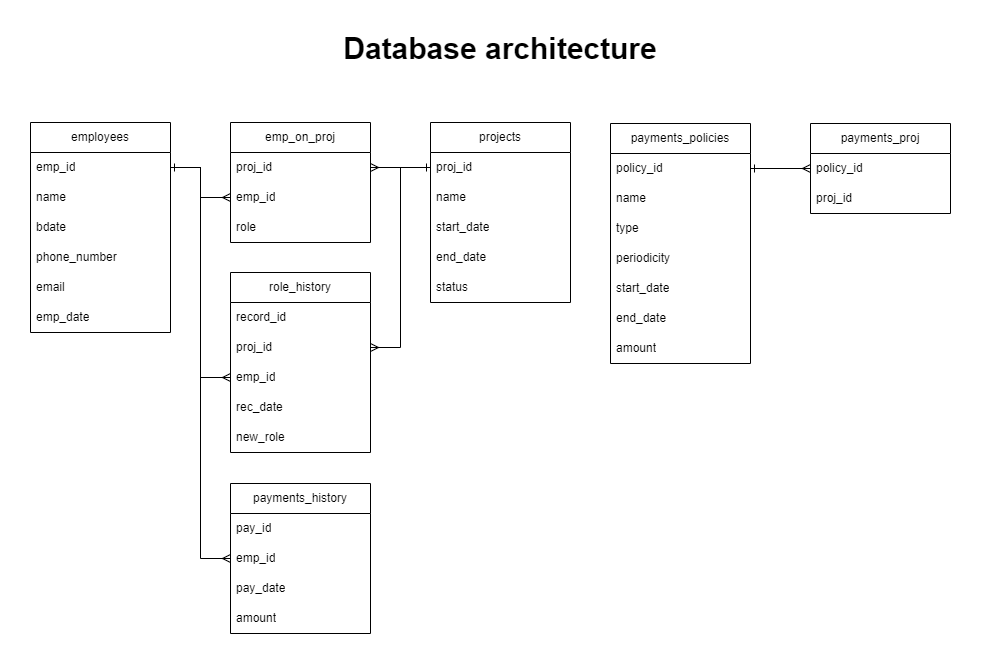
Earlier version of the draw.io export attach/db_arc.png (Stevehh251/webjava). Source tidied: cells renumbered, new cells last; positions are measured from the earlier drawing's top-left corner, leaving out a move shared by most shapes.
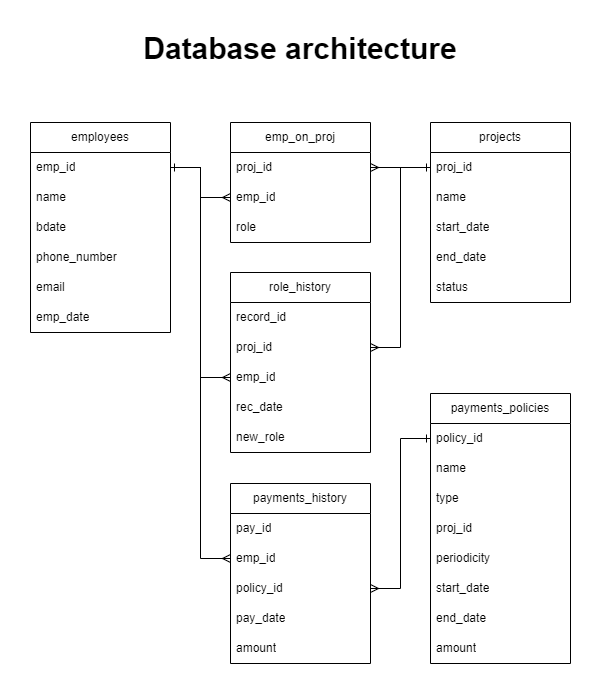
The same file after the commit.

Change to the diagram source:
```diff
@@ -3,7 +3,7 @@
     <mxCell id="0" />
     <mxCell id="1" parent="0" />
     <mxCell id="2" value="&lt;b style=&quot;font-size: 30px;&quot;&gt;&lt;font style=&quot;font-size: 30px;&quot;&gt;Database architecture&lt;/font&gt;&lt;/b&gt;" style="text;html=1;strokeColor=none;fillColor=none;align=center;verticalAlign=middle;whiteSpace=wrap;rounded=0;fontSize=30;" parent="1" vertex="1">
-      <mxGeometry x="285" width="370" height="30" as="geometry" />
+      <mxGeometry x="85" width="370" height="30" as="geometry" />
     </mxCell>
     <mxCell id="3" value="employees" style="swimlane;fontStyle=0;horizontal=1;startSize=30;whiteSpace=wrap;html=1;" parent="1" vertex="1">
       <mxGeometry y="89" width="140" height="210" as="geometry" />
@@ -45,7 +45,7 @@
       <mxGeometry y="150" width="140" height="30" as="geometry" />
     </mxCell>
     <mxCell id="16" value="payments_policies" style="swimlane;fontStyle=0;horizontal=1;startSize=30;whiteSpace=wrap;html=1;" parent="1" vertex="1">
-      <mxGeometry x="580" y="90" width="140" height="240" as="geometry" />
+      <mxGeometry x="400" y="360" width="140" height="270" as="geometry" />
     </mxCell>
     <mxCell id="17" value="policy_id" style="text;strokeColor=none;fillColor=none;align=left;verticalAlign=middle;spacingLeft=4;spacingRight=4;overflow=hidden;points=[[0,0.5],[1,0.5]];portConstraint=eastwest;whiteSpace=wrap;html=1;" parent="16" vertex="1">
       <mxGeometry y="30" width="140" height="30" as="geometry" />
@@ -56,20 +56,23 @@
     <mxCell id="19" value="type" style="text;strokeColor=none;fillColor=none;align=left;verticalAlign=middle;spacingLeft=4;spacingRight=4;overflow=hidden;whiteSpace=wrap;html=1;" parent="16" vertex="1">
       <mxGeometry y="90" width="140" height="30" as="geometry" />
     </mxCell>
+    <mxCell id="46" value="proj_id" style="text;strokeColor=none;fillColor=none;align=left;verticalAlign=middle;spacingLeft=4;spacingRight=4;overflow=hidden;whiteSpace=wrap;html=1;" parent="16" vertex="1">
+      <mxGeometry y="120" width="140" height="30" as="geometry" />
+    </mxCell>
     <mxCell id="20" value="periodicity" style="text;strokeColor=none;fillColor=none;align=left;verticalAlign=middle;spacingLeft=4;spacingRight=4;overflow=hidden;whiteSpace=wrap;html=1;" parent="16" vertex="1">
-      <mxGeometry y="120" width="140" height="30" as="geometry" />
+      <mxGeometry y="150" width="140" height="30" as="geometry" />
     </mxCell>
     <mxCell id="21" value="start_date" style="text;strokeColor=none;fillColor=none;align=left;verticalAlign=middle;spacingLeft=4;spacingRight=4;overflow=hidden;whiteSpace=wrap;html=1;" parent="16" vertex="1">
-      <mxGeometry y="150" width="140" height="30" as="geometry" />
+      <mxGeometry y="180" width="140" height="30" as="geometry" />
     </mxCell>
     <mxCell id="22" value="end_date" style="text;strokeColor=none;fillColor=none;align=left;verticalAlign=middle;spacingLeft=4;spacingRight=4;overflow=hidden;whiteSpace=wrap;html=1;" parent="16" vertex="1">
-      <mxGeometry y="180" width="140" height="30" as="geometry" />
+      <mxGeometry y="210" width="140" height="30" as="geometry" />
     </mxCell>
     <mxCell id="23" value="amount" style="text;strokeColor=none;fillColor=none;align=left;verticalAlign=middle;spacingLeft=4;spacingRight=4;overflow=hidden;whiteSpace=wrap;html=1;" parent="16" vertex="1">
-      <mxGeometry y="210" width="140" height="30" as="geometry" />
+      <mxGeometry y="240" width="140" height="30" as="geometry" />
     </mxCell>
     <mxCell id="24" value="payments_history" style="swimlane;fontStyle=0;horizontal=1;startSize=30;whiteSpace=wrap;html=1;" parent="1" vertex="1">
-      <mxGeometry x="200" y="450" width="140" height="150" as="geometry" />
+      <mxGeometry x="200" y="450" width="140" height="180" as="geometry" />
     </mxCell>
     <mxCell id="25" value="pay_id" style="text;strokeColor=none;fillColor=none;align=left;verticalAlign=middle;spacingLeft=4;spacingRight=4;overflow=hidden;whiteSpace=wrap;html=1;" parent="24" vertex="1">
       <mxGeometry y="30" width="140" height="30" as="geometry" />
@@ -77,11 +80,14 @@
     <mxCell id="26" value="emp_id" style="text;strokeColor=none;fillColor=none;align=left;verticalAlign=middle;spacingLeft=4;spacingRight=4;overflow=hidden;points=[[0,0.5],[1,0.5]];portConstraint=eastwest;whiteSpace=wrap;html=1;" parent="24" vertex="1">
       <mxGeometry y="60" width="140" height="30" as="geometry" />
     </mxCell>
+    <mxCell id="45" value="policy_id" style="text;strokeColor=none;fillColor=none;align=left;verticalAlign=middle;spacingLeft=4;spacingRight=4;overflow=hidden;points=[[0,0.5],[1,0.5]];portConstraint=eastwest;whiteSpace=wrap;html=1;" parent="24" vertex="1">
+      <mxGeometry y="90" width="140" height="30" as="geometry" />
+    </mxCell>
     <mxCell id="27" value="pay_date" style="text;strokeColor=none;fillColor=none;align=left;verticalAlign=middle;spacingLeft=4;spacingRight=4;overflow=hidden;whiteSpace=wrap;html=1;" parent="24" vertex="1">
-      <mxGeometry y="90" width="140" height="30" as="geometry" />
+      <mxGeometry y="120" width="140" height="30" as="geometry" />
     </mxCell>
     <mxCell id="28" value="amount" style="text;strokeColor=none;fillColor=none;align=left;verticalAlign=middle;spacingLeft=4;spacingRight=4;overflow=hidden;whiteSpace=wrap;html=1;" parent="24" vertex="1">
-      <mxGeometry y="120" width="140" height="30" as="geometry" />
+      <mxGeometry y="150" width="140" height="30" as="geometry" />
     </mxCell>
     <mxCell id="29" value="emp_on_proj" style="swimlane;fontStyle=0;horizontal=1;startSize=30;whiteSpace=wrap;html=1;" parent="1" vertex="1">
       <mxGeometry x="200" y="89" width="140" height="120" as="geometry" />
@@ -128,16 +134,7 @@
     <mxCell id="43" style="edgeStyle=orthogonalEdgeStyle;rounded=0;jettySize=auto;html=1;entryX=0;entryY=0.5;entryDx=0;entryDy=0;endArrow=ERmany;endFill=0;startArrow=ERone;startFill=0;" parent="1" edge="1" source="4" target="26">
       <mxGeometry relative="1" as="geometry" />
     </mxCell>
-    <mxCell id="44" value="payments_proj" style="swimlane;fontStyle=0;horizontal=1;startSize=30;whiteSpace=wrap;html=1;" parent="1" vertex="1">
-      <mxGeometry x="780" y="90" width="140" height="90" as="geometry" />
-    </mxCell>
-    <mxCell id="45" value="policy_id" style="text;strokeColor=none;fillColor=none;align=left;verticalAlign=middle;spacingLeft=4;spacingRight=4;overflow=hidden;points=[[0,0.5],[1,0.5]];portConstraint=eastwest;whiteSpace=wrap;html=1;" parent="44" vertex="1">
-      <mxGeometry y="30" width="140" height="30" as="geometry" />
-    </mxCell>
-    <mxCell id="46" value="proj_id" style="text;strokeColor=none;fillColor=none;align=left;verticalAlign=middle;spacingLeft=4;spacingRight=4;overflow=hidden;whiteSpace=wrap;html=1;" parent="44" vertex="1">
-      <mxGeometry y="60" width="140" height="30" as="geometry" />
-    </mxCell>
-    <mxCell id="47" style="edgeStyle=orthogonalEdgeStyle;rounded=0;jettySize=auto;html=1;entryX=0;entryY=0.5;entryDx=0;entryDy=0;startArrow=ERone;startFill=0;endArrow=ERmany;endFill=0;" parent="1" edge="1" source="17" target="45">
+    <mxCell id="47" style="edgeStyle=orthogonalEdgeStyle;rounded=0;jettySize=auto;html=1;entryX=1;entryY=0.5;entryDx=0;entryDy=0;startArrow=ERone;startFill=0;endArrow=ERmany;endFill=0;" parent="1" edge="1" source="17" target="45">
       <mxGeometry relative="1" as="geometry" />
     </mxCell>
   </root>
```
